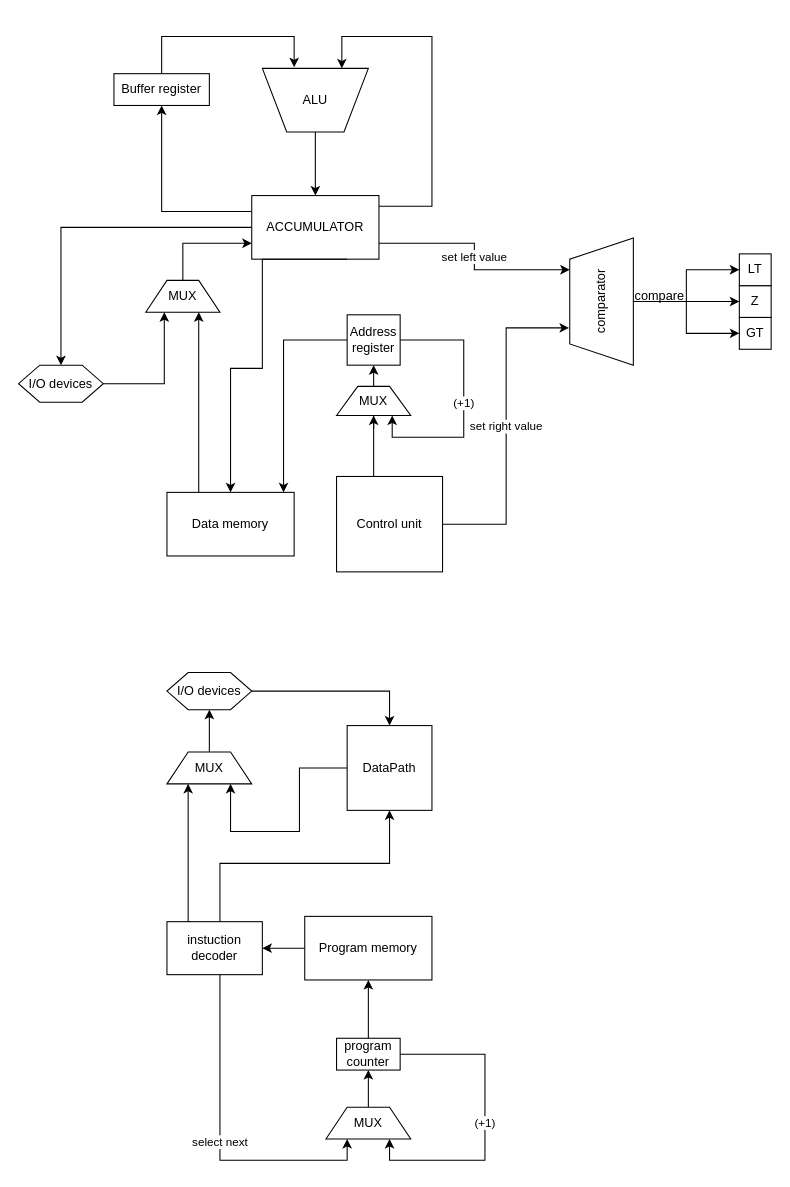
lubitelkvokk/csa_lab3 keeps this draw.io diagram as DataPathModel.drawio. Above is the earlier version. Source tidied: cells renumbered, new cells numbered last; positions are measured from the earlier drawing's top-left corner, leaving out a move shared by most shapes. Both pictures are drawn from the tidied source at 106%, with x=0, y=0 at pixel (18, 36).
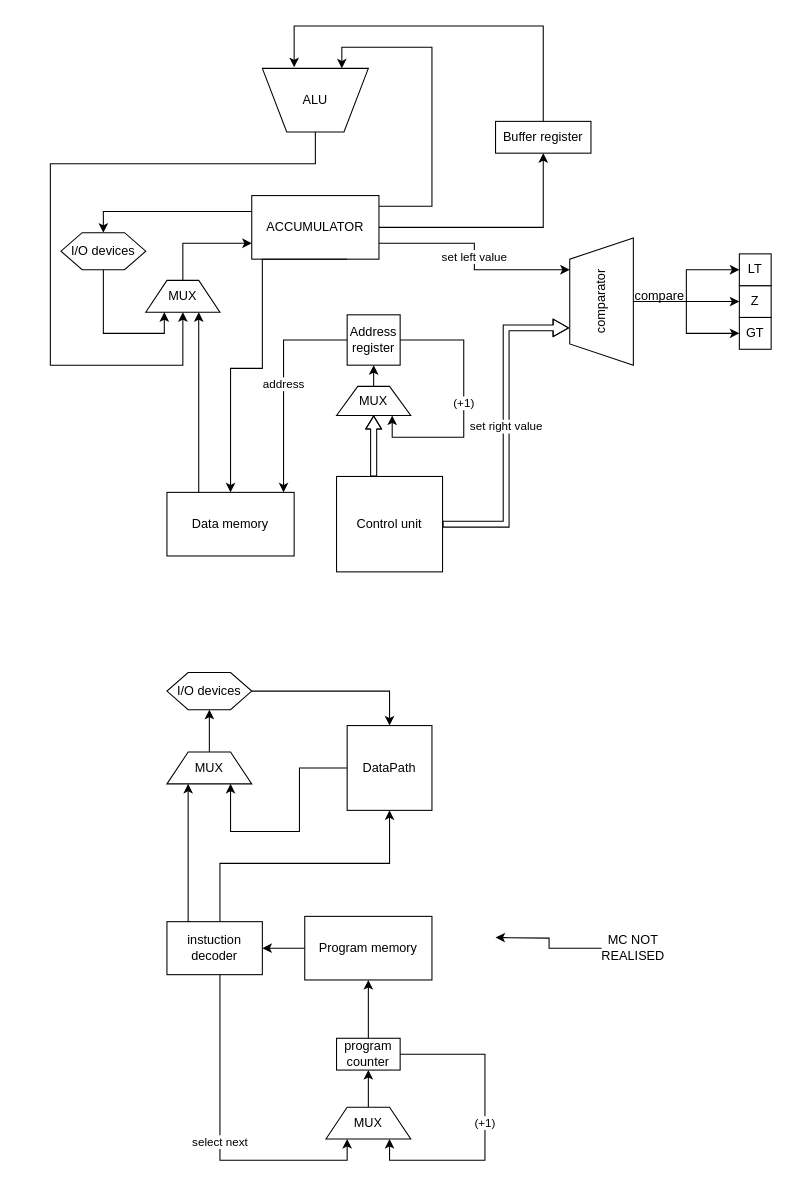
The same page after the edit.

Commit message:
model is needed in additional registers https://dzen.ru/a/ZJfHh9ytWAMLd6k4

The change refers to these unchanged cells:
```xml
<mxCell id="6" value="ACCUMULATOR" style="rounded=0;whiteSpace=wrap;html=1;" parent="1" vertex="1">
  <mxGeometry x="220" y="150" width="120" height="60" as="geometry" />
</mxCell>
<mxCell id="11" value="ALU" style="verticalLabelPosition=middle;verticalAlign=middle;html=1;shape=trapezoid;perimeter=trapezoidPerimeter;whiteSpace=wrap;size=0.23;arcSize=10;flipV=1;labelPosition=center;align=center;" parent="1" vertex="1">
  <mxGeometry x="230" y="30" width="100" height="60" as="geometry" />
</mxCell>
<mxCell id="14" value="Data memory" style="rounded=0;whiteSpace=wrap;html=1;" parent="1" vertex="1">
  <mxGeometry x="140" y="430" width="120" height="60" as="geometry" />
</mxCell>
<mxCell id="16" value="Control unit" style="rounded=0;whiteSpace=wrap;html=1;" parent="1" vertex="1">
  <mxGeometry x="300" y="415" width="100" height="90" as="geometry" />
</mxCell>
<mxCell id="18" value="MUX" style="shape=trapezoid;perimeter=trapezoidPerimeter;whiteSpace=wrap;html=1;fixedSize=1;" parent="1" vertex="1">
  <mxGeometry x="120" y="230" width="70" height="30" as="geometry" />
</mxCell>
<mxCell id="22" value="Address register" style="rounded=0;whiteSpace=wrap;html=1;" parent="1" vertex="1">
  <mxGeometry x="310" y="262.5" width="50" height="47.5" as="geometry" />
</mxCell>
<mxCell id="38" value="MUX" style="shape=trapezoid;perimeter=trapezoidPerimeter;whiteSpace=wrap;html=1;fixedSize=1;" parent="1" vertex="1">
  <mxGeometry x="300" y="330" width="70" height="27.5" as="geometry" />
</mxCell>
<mxCell id="43" value="comparator" style="shape=trapezoid;perimeter=trapezoidPerimeter;whiteSpace=wrap;html=1;fixedSize=1;rotation=-90;" parent="1" vertex="1">
  <mxGeometry x="490" y="220" width="120" height="60" as="geometry" />
</mxCell>
```

Diff of the diagram source:
```diff
@@
-    <mxCell id="2" style="edgeStyle=orthogonalEdgeStyle;rounded=0;jettySize=auto;html=1;exitX=0;exitY=0.25;exitDx=0;exitDy=0;entryX=0.5;entryY=1;entryDx=0;entryDy=0;" parent="1" edge="1" source="6" target="19">
-      <mxGeometry relative="1" as="geometry" />
+    <mxCell id="2" style="edgeStyle=orthogonalEdgeStyle;rounded=0;jettySize=auto;html=1;exitX=1;exitY=0.5;exitDx=0;exitDy=0;entryX=0.5;entryY=1;entryDx=0;entryDy=0;" parent="1" edge="1" source="6" target="19">
+      <mxGeometry relative="1" as="geometry">
+        <Array as="points">
+          <mxPoint x="495" y="180" />
+        </Array>
+      </mxGeometry>
     </mxCell>
     <mxCell id="3" style="edgeStyle=orthogonalEdgeStyle;rounded=0;jettySize=auto;html=1;entryX=0.75;entryY=0;entryDx=0;entryDy=0;" parent="1" edge="1" source="6" target="11">
       <mxGeometry relative="1" as="geometry">
         <Array as="points">
           <mxPoint x="390" y="160" />
-          <mxPoint x="390" />
-          <mxPoint x="305" />
+          <mxPoint x="390" y="10" />
+          <mxPoint x="305" y="10" />
         </Array>
       </mxGeometry>
     </mxCell>
@@
     <mxCell id="5" style="edgeStyle=orthogonalEdgeStyle;rounded=0;jettySize=auto;html=1;entryX=0.5;entryY=0;entryDx=0;entryDy=0;" parent="1" edge="1" source="6" target="49">
-      <mxGeometry relative="1" as="geometry" />
+      <mxGeometry relative="1" as="geometry">
+        <Array as="points">
+          <mxPoint x="80" y="165" />
+        </Array>
+      </mxGeometry>
     </mxCell>
@@
-    <mxCell id="10" style="edgeStyle=orthogonalEdgeStyle;rounded=0;jettySize=auto;html=1;entryX=0.5;entryY=0;entryDx=0;entryDy=0;" parent="1" edge="1" source="11" target="6">
-      <mxGeometry relative="1" as="geometry" />
+    <mxCell id="10" style="edgeStyle=orthogonalEdgeStyle;rounded=0;jettySize=auto;html=1;entryX=0.5;entryY=1;entryDx=0;entryDy=0;" parent="1" edge="1" source="11" target="18">
+      <mxGeometry relative="1" as="geometry">
+        <Array as="points">
+          <mxPoint x="280" y="120" />
+          <mxPoint x="30" y="120" />
+          <mxPoint x="30" y="310" />
+          <mxPoint x="155" y="310" />
+        </Array>
+      </mxGeometry>
     </mxCell>
@@
-    <mxCell id="15" style="edgeStyle=orthogonalEdgeStyle;rounded=0;jettySize=auto;html=1;entryX=0.5;entryY=1;entryDx=0;entryDy=0;" parent="1" edge="1" source="38" target="22">
-      <mxGeometry relative="1" as="geometry">
-        <Array as="points">
-          <mxPoint x="335" y="370" />
-        </Array>
-      </mxGeometry>
-    </mxCell>
@@
     <mxCell id="19" value="Buffer register" style="rounded=0;whiteSpace=wrap;html=1;" parent="1" vertex="1">
-      <mxGeometry x="90" y="35" width="90" height="30" as="geometry" />
+      <mxGeometry x="450" y="80" width="90" height="30" as="geometry" />
     </mxCell>
-    <mxCell id="20" style="edgeStyle=orthogonalEdgeStyle;rounded=0;jettySize=auto;html=1;" parent="1" edge="1" source="22" target="14">
+    <mxCell id="20" value="address" style="edgeStyle=orthogonalEdgeStyle;rounded=0;jettySize=auto;html=1;" parent="1" edge="1" source="22" target="14">
       <mxGeometry relative="1" as="geometry">
         <Array as="points">
           <mxPoint x="250" y="286" />
         </Array>
       </mxGeometry>
     </mxCell>
@@
     <mxCell id="35" style="edgeStyle=orthogonalEdgeStyle;rounded=0;jettySize=auto;html=1;" parent="1" edge="1" source="19">
       <mxGeometry relative="1" as="geometry">
         <mxPoint x="260" y="29" as="targetPoint" />
         <Array as="points">
-          <mxPoint x="135" />
-          <mxPoint x="260" />
-          <mxPoint x="260" y="29" />
+          <mxPoint x="495" y="-10" />
+          <mxPoint x="260" y="-10" />
         </Array>
       </mxGeometry>
     </mxCell>
@@
-    <mxCell id="37" style="edgeStyle=orthogonalEdgeStyle;rounded=0;jettySize=auto;html=1;entryX=0.5;entryY=1;entryDx=0;entryDy=0;" parent="1" edge="1" source="16" target="38">
+    <mxCell id="37" style="edgeStyle=orthogonalEdgeStyle;rounded=0;jettySize=auto;html=1;entryX=0.5;entryY=1;entryDx=0;entryDy=0;shape=flexArrow;endWidth=8.16326530612245;endSize=3.7142857142857144;width=5.714285714285714;" parent="1" edge="1" source="16" target="38">
       <mxGeometry relative="1" as="geometry">
         <Array as="points">
           <mxPoint x="335" y="370" />
         </Array>
       </mxGeometry>
     </mxCell>
+    <mxCell id="15" style="edgeStyle=orthogonalEdgeStyle;rounded=0;jettySize=auto;html=1;exitX=0.5;exitY=0;exitDx=0;exitDy=0;entryX=0.5;entryY=1;entryDx=0;entryDy=0;" parent="1" edge="1" source="38" target="22">
+      <mxGeometry relative="1" as="geometry" />
+    </mxCell>
@@
-    <mxCell id="39" value="set right value" style="edgeStyle=orthogonalEdgeStyle;rounded=0;jettySize=auto;html=1;entryX=0.293;entryY=-0.011;entryDx=0;entryDy=0;entryPerimeter=0;" parent="1" edge="1" source="16" target="43">
+    <mxCell id="39" value="set right value" style="edgeStyle=orthogonalEdgeStyle;rounded=0;jettySize=auto;html=1;entryX=0.293;entryY=-0.011;entryDx=0;entryDy=0;entryPerimeter=0;shape=flexArrow;width=5.517241379310345;endSize=4.517241379310345;endWidth=9.988109393579073;" parent="1" edge="1" source="16" target="43">
       <mxGeometry relative="1" as="geometry" />
     </mxCell>
@@
     <mxCell id="49" value="I/O devices" style="shape=hexagon;perimeter=hexagonPerimeter2;whiteSpace=wrap;html=1;fixedSize=1;" parent="1" vertex="1">
-      <mxGeometry y="310" width="80" height="35" as="geometry" />
+      <mxGeometry x="40" y="185" width="80" height="35" as="geometry" />
     </mxCell>
@@
+    <mxCell id="52" style="edgeStyle=orthogonalEdgeStyle;rounded=0;jettySize=auto;html=1;" parent="1" edge="1" source="53">
+      <mxGeometry relative="1" as="geometry">
+        <mxPoint x="450" y="850" as="targetPoint" />
+      </mxGeometry>
+    </mxCell>
+    <mxCell id="53" value="MC NOT REALISED" style="text;html=1;align=center;verticalAlign=middle;whiteSpace=wrap;rounded=0;" parent="1" vertex="1">
+      <mxGeometry x="550" y="845" width="60" height="30" as="geometry" />
+    </mxCell>
```
